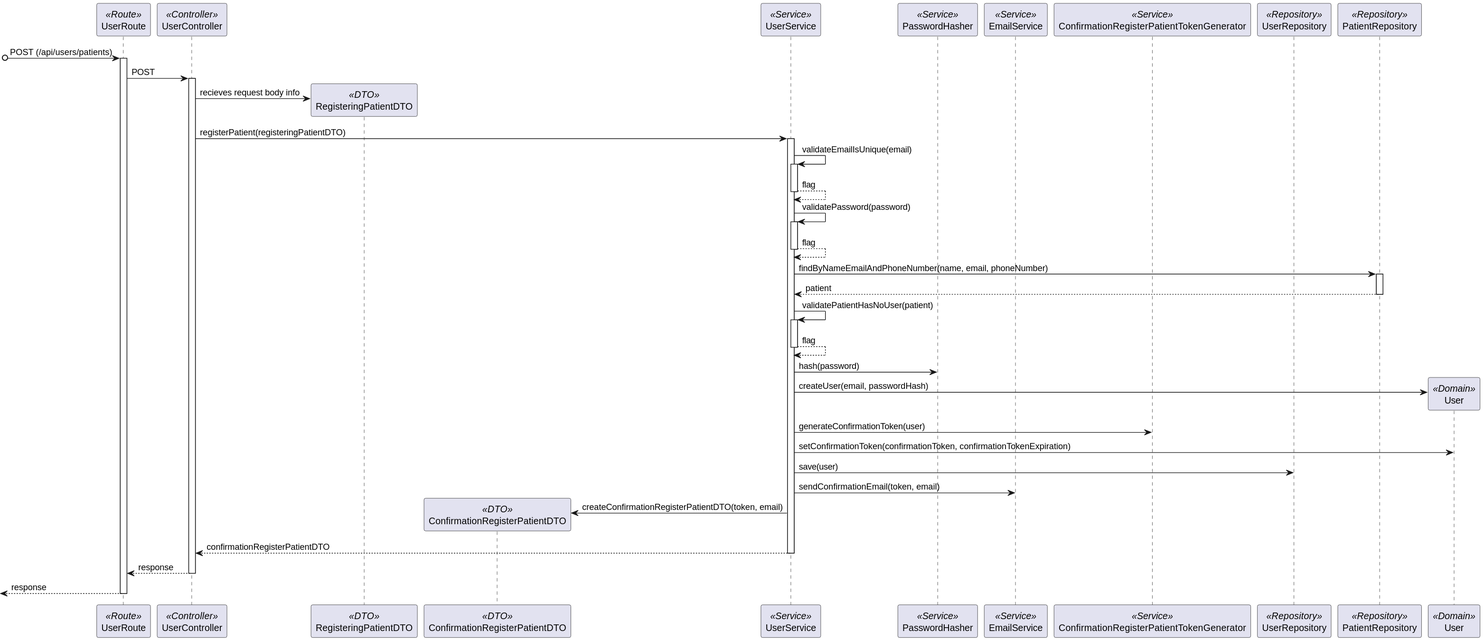
The PlantUML diagram docs/Sprint_1/US_5.1.3/L3/Process_View_Prior_Confirmation.svg in Rodrick0209/ISEP-SEM5PI-24-25, before a commit.
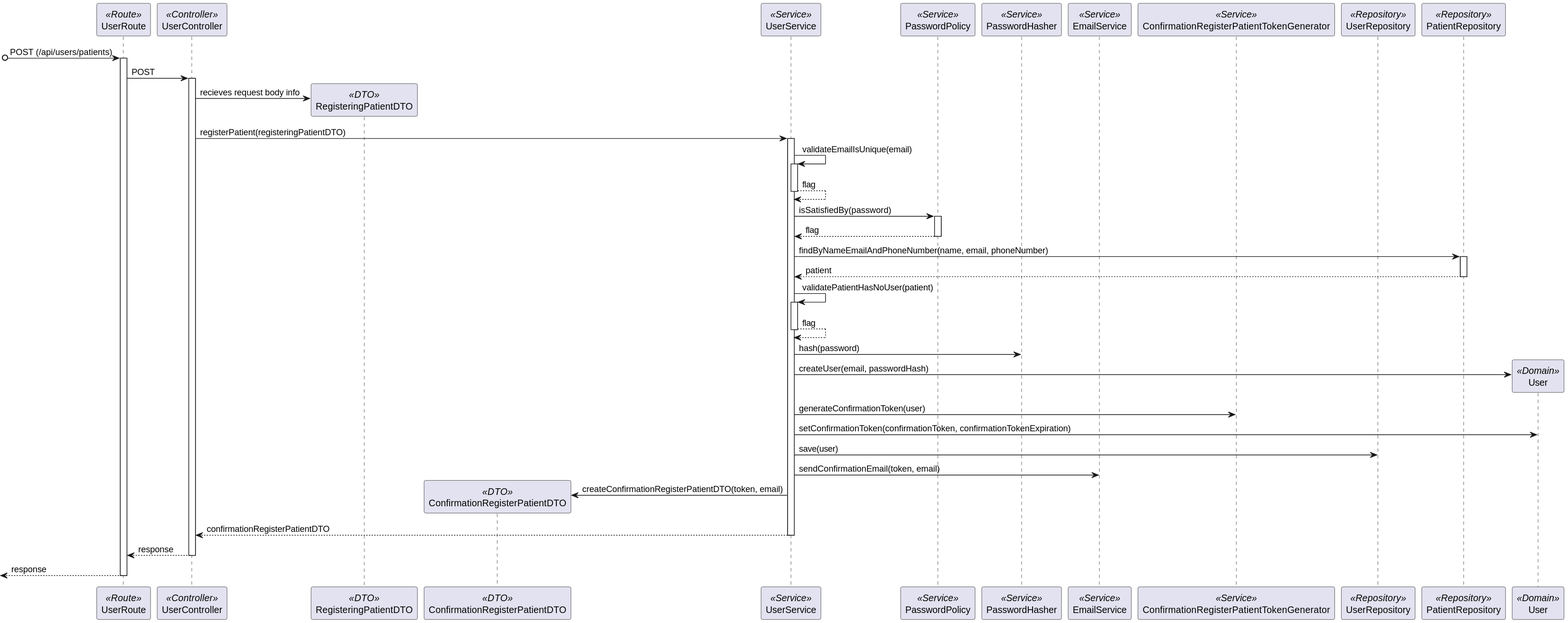
Later version of the same file.

Commit message:
US 5.1.3 Design (add Password Policy reference) #4

Diff of the diagram source:
```diff
@@ -4,6 +4,7 @@
 participant RegisteringPatientDTO as DTO <<DTO>>
 participant ConfirmationRegisterPatientDTO as ConfirmationDTO <<DTO>>
 participant UserService as Service <<Service>>
+participant PasswordPolicy as Policy <<Service>>
 participant PasswordHasher as Hasher <<Service>>
 participant EmailService as EmailService <<Service>>
 participant ConfirmationRegisterPatientTokenGenerator as TokenGenerator <<Service>>
@@ -20,8 +21,8 @@
 Service -> Service : validateEmailIsUnique(email)
 activate Service
 return flag
-Service -> Service : validatePassword(password)
-activate Service
+Service -> Policy : isSatisfiedBy(password)
+activate Policy
 return flag
 Service -> PatientRepository : findByNameEmailAndPhoneNumber(name, email, phoneNumber)
 activate PatientRepository
```
